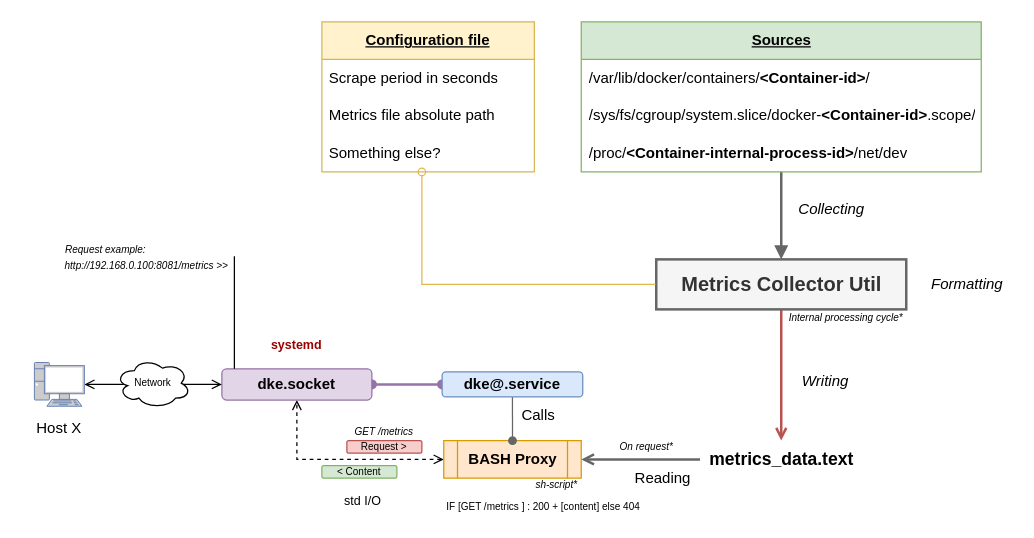
Above: docs/scheme.drawio in Kostik654/docker-kernel-exporter (draw.io), before the change. Source tidied: cells renumbered, new cells numbered last; positions are measured from the earlier drawing's top-left corner, leaving out a move shared by most shapes. Both pictures are drawn from the tidied source at 125%, with x=0, y=0 at pixel (21, 21).
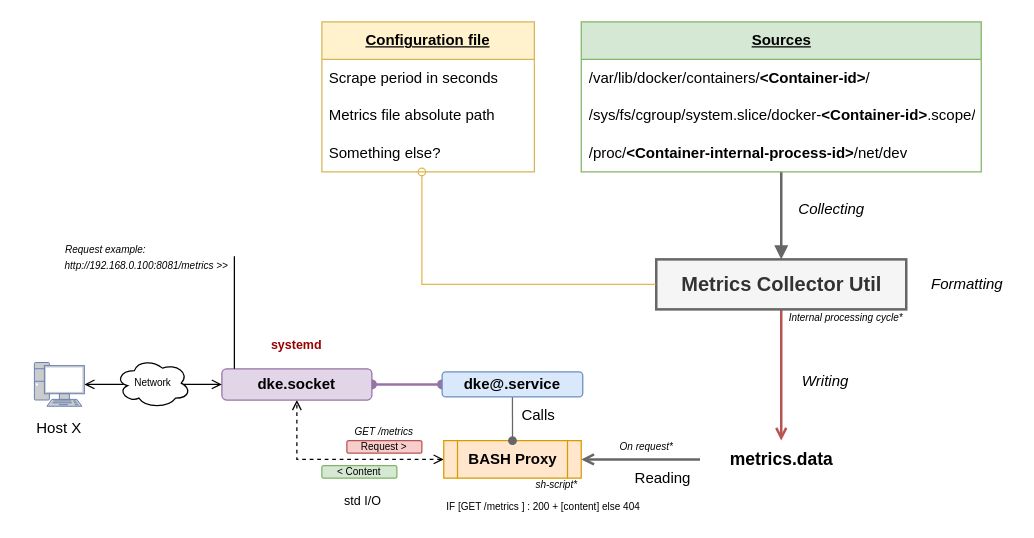
After the change.

Commit message (it also covers changes not shown here):
Little doc correction

Diff of the diagram source:
```diff
@@
-    <mxCell id="5" value="metrics_data.text" style="text;html=1;align=center;verticalAlign=middle;whiteSpace=wrap;rounded=0;fontStyle=1;fontSize=14;" parent="1" vertex="1">
+    <mxCell id="5" value="metrics.data" style="text;html=1;align=center;verticalAlign=middle;whiteSpace=wrap;rounded=0;fontStyle=1;fontSize=14;" parent="1" vertex="1">
       <mxGeometry x="542.5" y="335" width="130" height="30" as="geometry" />
     </mxCell>
```
